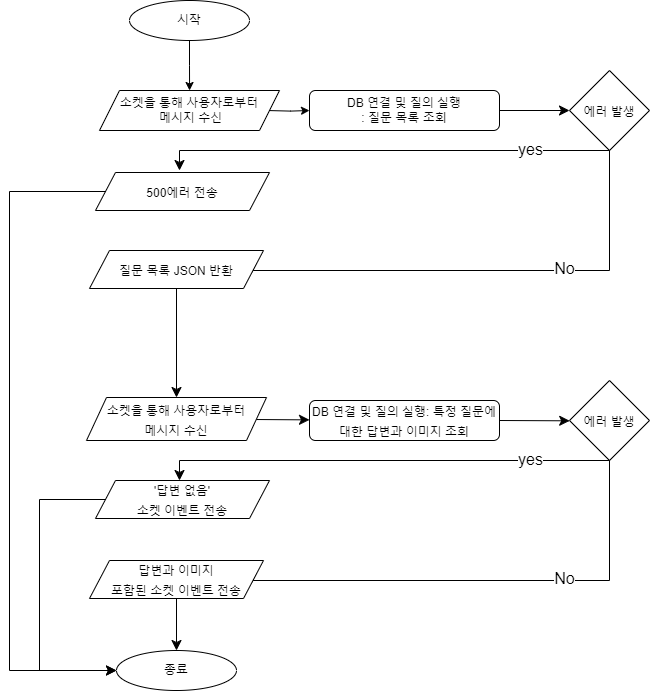
This is chatbot_FAQ.drawio.png from Brazen-Story/mall_chatbot, a draw.io export, as it was before one commit. Source tidied: cells renumbered, new cells last; positions are measured from the earlier drawing's top-left corner, leaving out a move shared by most shapes. The source it was exported from:
```xml
<mxGraphModel>
  <root>
    <mxCell id="0" />
    <mxCell id="1" parent="0" />
    <mxCell id="2" style="edgeStyle=orthogonalEdgeStyle;rounded=0;jettySize=auto;html=1;" parent="1" edge="1" source="3">
      <mxGeometry relative="1" as="geometry">
        <mxPoint x="180.1" y="90" as="targetPoint" />
      </mxGeometry>
    </mxCell>
    <mxCell id="3" value="시작" style="ellipse;whiteSpace=wrap;html=1;" parent="1" vertex="1">
      <mxGeometry x="120" width="120" height="40" as="geometry" />
    </mxCell>
    <mxCell id="4" style="edgeStyle=orthogonalEdgeStyle;rounded=0;jettySize=auto;html=1;" parent="1" edge="1" target="6">
      <mxGeometry relative="1" as="geometry">
        <mxPoint x="260" y="110.1" as="sourcePoint" />
      </mxGeometry>
    </mxCell>
    <mxCell id="5" style="edgeStyle=none;curved=1;rounded=0;jettySize=auto;html=1;fontSize=12;startSize=8;endSize=8;" parent="1" edge="1" source="6">
      <mxGeometry relative="1" as="geometry">
        <mxPoint x="560" y="110" as="targetPoint" />
      </mxGeometry>
    </mxCell>
    <mxCell id="6" value="DB 연결 및 질의 실행&lt;br&gt;: 질문 목록 조회" style="rounded=1;whiteSpace=wrap;html=1;" parent="1" vertex="1">
      <mxGeometry x="300" y="90" width="190" height="40" as="geometry" />
    </mxCell>
    <mxCell id="7" value="소켓을 통해 사용자로부터&lt;br&gt;&amp;nbsp;메시지 수신" style="shape=parallelogram;perimeter=parallelogramPerimeter;whiteSpace=wrap;html=1;fixedSize=1;" parent="1" vertex="1">
      <mxGeometry x="90" y="90" width="180" height="40" as="geometry" />
    </mxCell>
    <mxCell id="8" value="&lt;font style=&quot;font-size: 12px;&quot;&gt;500에러 전송&lt;/font&gt;" style="shape=parallelogram;perimeter=parallelogramPerimeter;whiteSpace=wrap;html=1;fixedSize=1;fontSize=16;" parent="1" vertex="1">
      <mxGeometry x="86" y="172" width="174" height="38" as="geometry" />
    </mxCell>
    <mxCell id="9" value="&lt;font style=&quot;font-size: 12px;&quot;&gt;에러 발생&lt;/font&gt;" style="rhombus;whiteSpace=wrap;html=1;fontSize=16;" parent="1" vertex="1">
      <mxGeometry x="560" y="70" width="80" height="80" as="geometry" />
    </mxCell>
    <mxCell id="10" style="edgeStyle=elbowEdgeStyle;elbow=horizontal;endArrow=classic;html=1;curved=0;rounded=0;endSize=8;startSize=8;fontSize=12;exitX=0.5;exitY=1;exitDx=0;exitDy=0;" parent="1" edge="1" source="9">
      <mxGeometry relative="1" as="geometry">
        <mxPoint x="170" y="170" as="targetPoint" />
        <Array as="points">
          <mxPoint x="170" y="150" />
        </Array>
      </mxGeometry>
    </mxCell>
    <mxCell id="11" value="yes" style="edgeLabel;html=1;align=center;verticalAlign=middle;fontSize=16;" parent="10" vertex="1">
      <mxGeometry x="-0.65" y="-1" relative="1" as="geometry" />
    </mxCell>
    <mxCell id="12" style="edgeStyle=elbowEdgeStyle;elbow=vertical;endArrow=classic;html=1;curved=0;rounded=0;endSize=8;startSize=8;fontSize=12;exitX=0.5;exitY=1;exitDx=0;exitDy=0;entryX=0.933;entryY=0.596;entryDx=0;entryDy=0;entryPerimeter=0;" parent="1" edge="1" source="9" target="15">
      <mxGeometry relative="1" as="geometry">
        <Array as="points">
          <mxPoint x="440" y="270" />
        </Array>
      </mxGeometry>
    </mxCell>
    <mxCell id="13" value="No" style="edgeLabel;html=1;align=center;verticalAlign=middle;fontSize=16;" parent="12" vertex="1">
      <mxGeometry x="-0.31" y="-2" relative="1" as="geometry" />
    </mxCell>
    <mxCell id="14" style="edgeStyle=none;curved=1;rounded=0;jettySize=auto;html=1;fontSize=12;startSize=8;endSize=8;" parent="1" edge="1" source="15" target="17">
      <mxGeometry relative="1" as="geometry" />
    </mxCell>
    <mxCell id="15" value="&lt;font style=&quot;font-size: 12px;&quot;&gt;질문 목록 JSON 반환&lt;/font&gt;" style="shape=parallelogram;perimeter=parallelogramPerimeter;whiteSpace=wrap;html=1;fixedSize=1;fontSize=16;" parent="1" vertex="1">
      <mxGeometry x="80" y="250" width="174" height="38" as="geometry" />
    </mxCell>
    <mxCell id="16" style="edgeStyle=none;curved=1;rounded=0;jettySize=auto;html=1;fontSize=12;startSize=8;endSize=8;" parent="1" edge="1" source="17" target="19">
      <mxGeometry relative="1" as="geometry" />
    </mxCell>
    <mxCell id="17" value="&lt;font style=&quot;font-size: 12px;&quot;&gt;소켓을 통해 사용자로부터&lt;br&gt;메시지 수신&lt;br&gt;&lt;/font&gt;" style="shape=parallelogram;perimeter=parallelogramPerimeter;whiteSpace=wrap;html=1;fixedSize=1;fontSize=16;" parent="1" vertex="1">
      <mxGeometry x="77" y="397" width="180" height="43" as="geometry" />
    </mxCell>
    <mxCell id="18" style="edgeStyle=none;curved=1;rounded=0;jettySize=auto;html=1;exitX=1;exitY=0.5;exitDx=0;exitDy=0;fontSize=12;startSize=8;endSize=8;" parent="1" edge="1" source="19">
      <mxGeometry relative="1" as="geometry">
        <mxPoint x="560.2" y="420.3" as="targetPoint" />
      </mxGeometry>
    </mxCell>
    <mxCell id="19" value="&lt;font style=&quot;font-size: 12px;&quot;&gt;DB 연결 및 질의 실행: 특정 질문에 대한 답변과 이미지 조회&lt;/font&gt;" style="rounded=1;whiteSpace=wrap;html=1;fontSize=16;" parent="1" vertex="1">
      <mxGeometry x="300" y="400" width="190" height="40" as="geometry" />
    </mxCell>
    <mxCell id="20" value="&lt;font style=&quot;font-size: 12px;&quot;&gt;에러 발생&lt;/font&gt;" style="rhombus;whiteSpace=wrap;html=1;fontSize=16;" parent="1" vertex="1">
      <mxGeometry x="560" y="380" width="80" height="80" as="geometry" />
    </mxCell>
    <mxCell id="21" style="edgeStyle=elbowEdgeStyle;elbow=horizontal;endArrow=classic;html=1;curved=0;rounded=0;endSize=8;startSize=8;fontSize=12;exitX=0.5;exitY=1;exitDx=0;exitDy=0;" parent="1" edge="1" source="20">
      <mxGeometry relative="1" as="geometry">
        <mxPoint x="170" y="480" as="targetPoint" />
        <Array as="points">
          <mxPoint x="170" y="460" />
        </Array>
      </mxGeometry>
    </mxCell>
    <mxCell id="22" value="yes" style="edgeLabel;html=1;align=center;verticalAlign=middle;fontSize=16;" parent="21" vertex="1">
      <mxGeometry x="-0.65" y="-1" relative="1" as="geometry" />
    </mxCell>
    <mxCell id="23" style="edgeStyle=elbowEdgeStyle;elbow=vertical;endArrow=classic;html=1;curved=0;rounded=0;endSize=8;startSize=8;fontSize=12;exitX=0.5;exitY=1;exitDx=0;exitDy=0;entryX=0.933;entryY=0.596;entryDx=0;entryDy=0;entryPerimeter=0;" parent="1" edge="1" source="20" target="26">
      <mxGeometry relative="1" as="geometry">
        <Array as="points">
          <mxPoint x="440" y="580" />
        </Array>
      </mxGeometry>
    </mxCell>
    <mxCell id="24" value="No" style="edgeLabel;html=1;align=center;verticalAlign=middle;fontSize=16;" parent="23" vertex="1">
      <mxGeometry x="-0.31" y="-2" relative="1" as="geometry" />
    </mxCell>
    <mxCell id="25" style="edgeStyle=none;curved=1;rounded=0;jettySize=auto;html=1;exitX=0.5;exitY=1;exitDx=0;exitDy=0;entryX=0.5;entryY=0;entryDx=0;entryDy=0;fontSize=12;startSize=8;endSize=8;" parent="1" edge="1" source="26" target="28">
      <mxGeometry relative="1" as="geometry" />
    </mxCell>
    <mxCell id="26" value="&lt;font style=&quot;font-size: 12px;&quot;&gt;답변과 이미지 &lt;br&gt;포함된 소켓 이벤트 전송&lt;/font&gt;" style="shape=parallelogram;perimeter=parallelogramPerimeter;whiteSpace=wrap;html=1;fixedSize=1;fontSize=16;" parent="1" vertex="1">
      <mxGeometry x="80" y="560" width="174" height="38" as="geometry" />
    </mxCell>
    <mxCell id="27" value="&lt;span style=&quot;font-size: 12px;&quot;&gt;'답변 없음' &lt;br&gt;소켓 이벤트 전송&lt;/span&gt;" style="shape=parallelogram;perimeter=parallelogramPerimeter;whiteSpace=wrap;html=1;fixedSize=1;fontSize=16;" parent="1" vertex="1">
      <mxGeometry x="86" y="480" width="174" height="38" as="geometry" />
    </mxCell>
    <mxCell id="28" value="종료&lt;br&gt;" style="ellipse;whiteSpace=wrap;html=1;" parent="1" vertex="1">
      <mxGeometry x="107" y="650" width="120" height="40" as="geometry" />
    </mxCell>
    <mxCell id="29" style="edgeStyle=elbowEdgeStyle;elbow=vertical;endArrow=classic;html=1;curved=0;rounded=0;endSize=8;startSize=8;fontSize=12;exitX=0;exitY=0.5;exitDx=0;exitDy=0;entryX=0;entryY=0.5;entryDx=0;entryDy=0;" parent="1" edge="1" source="8" target="28">
      <mxGeometry relative="1" as="geometry">
        <Array as="points">
          <mxPoint y="440" />
        </Array>
      </mxGeometry>
    </mxCell>
    <mxCell id="30" style="edgeStyle=elbowEdgeStyle;elbow=horizontal;endArrow=classic;html=1;curved=0;rounded=0;endSize=8;startSize=8;fontSize=12;exitX=0;exitY=0.5;exitDx=0;exitDy=0;entryX=0;entryY=0.5;entryDx=0;entryDy=0;" parent="1" edge="1" source="27" target="28">
      <mxGeometry relative="1" as="geometry">
        <Array as="points">
          <mxPoint x="30" y="430" />
        </Array>
      </mxGeometry>
    </mxCell>
  </root>
</mxGraphModel>
```
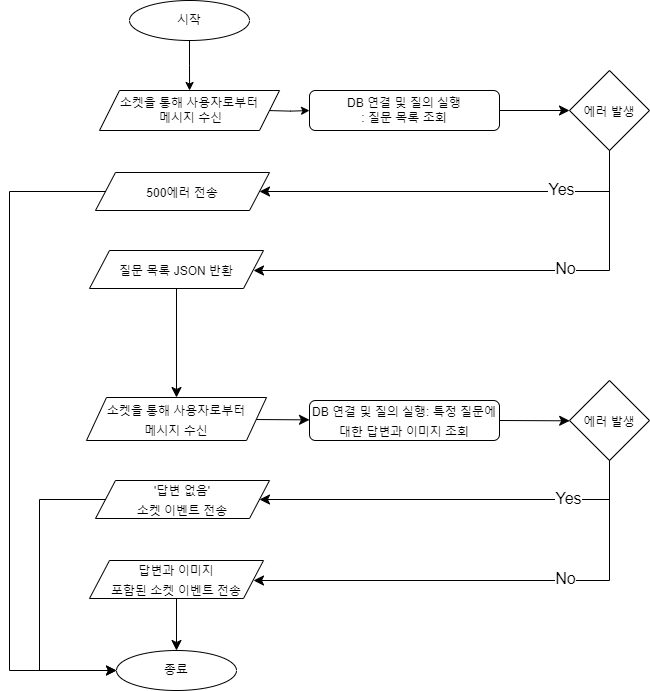
After the change.

What changed in the source:
```diff
@@ -32,21 +32,23 @@
     <mxCell id="9" value="&lt;font style=&quot;font-size: 12px;&quot;&gt;에러 발생&lt;/font&gt;" style="rhombus;whiteSpace=wrap;html=1;fontSize=16;" parent="1" vertex="1">
       <mxGeometry x="560" y="70" width="80" height="80" as="geometry" />
     </mxCell>
-    <mxCell id="10" style="edgeStyle=elbowEdgeStyle;elbow=horizontal;endArrow=classic;html=1;curved=0;rounded=0;endSize=8;startSize=8;fontSize=12;exitX=0.5;exitY=1;exitDx=0;exitDy=0;" parent="1" edge="1" source="9">
+    <mxCell id="10" style="edgeStyle=elbowEdgeStyle;elbow=horizontal;endArrow=classic;html=1;curved=0;rounded=0;endSize=8;startSize=8;fontSize=12;exitX=0.5;exitY=1;exitDx=0;exitDy=0;entryX=1;entryY=0.5;entryDx=0;entryDy=0;" parent="1" edge="1" source="9" target="8">
       <mxGeometry relative="1" as="geometry">
-        <mxPoint x="170" y="170" as="targetPoint" />
         <Array as="points">
-          <mxPoint x="170" y="150" />
+          <mxPoint x="600" y="180" />
         </Array>
       </mxGeometry>
     </mxCell>
-    <mxCell id="11" value="yes" style="edgeLabel;html=1;align=center;verticalAlign=middle;fontSize=16;" parent="10" vertex="1">
-      <mxGeometry x="-0.65" y="-1" relative="1" as="geometry" />
+    <mxCell id="11" value="Yes" style="edgeLabel;html=1;align=center;verticalAlign=middle;fontSize=16;" parent="10" vertex="1">
+      <mxGeometry x="-0.65" y="-1" relative="1" as="geometry">
+        <mxPoint x="-20" y="-1" as="offset" />
+      </mxGeometry>
     </mxCell>
-    <mxCell id="12" style="edgeStyle=elbowEdgeStyle;elbow=vertical;endArrow=classic;html=1;curved=0;rounded=0;endSize=8;startSize=8;fontSize=12;exitX=0.5;exitY=1;exitDx=0;exitDy=0;entryX=0.933;entryY=0.596;entryDx=0;entryDy=0;entryPerimeter=0;" parent="1" edge="1" source="9" target="15">
+    <mxCell id="12" style="edgeStyle=elbowEdgeStyle;elbow=vertical;endArrow=classic;html=1;curved=0;rounded=0;endSize=8;startSize=8;fontSize=12;entryX=1;entryY=0.5;entryDx=0;entryDy=0;" parent="1" edge="1" target="15">
       <mxGeometry relative="1" as="geometry">
+        <mxPoint x="600" y="150" as="sourcePoint" />
         <Array as="points">
-          <mxPoint x="440" y="270" />
+          <mxPoint x="451.7" y="270" />
         </Array>
       </mxGeometry>
     </mxCell>
@@ -76,21 +78,23 @@
     <mxCell id="20" value="&lt;font style=&quot;font-size: 12px;&quot;&gt;에러 발생&lt;/font&gt;" style="rhombus;whiteSpace=wrap;html=1;fontSize=16;" parent="1" vertex="1">
       <mxGeometry x="560" y="380" width="80" height="80" as="geometry" />
     </mxCell>
-    <mxCell id="21" style="edgeStyle=elbowEdgeStyle;elbow=horizontal;endArrow=classic;html=1;curved=0;rounded=0;endSize=8;startSize=8;fontSize=12;exitX=0.5;exitY=1;exitDx=0;exitDy=0;" parent="1" edge="1" source="20">
+    <mxCell id="21" style="edgeStyle=elbowEdgeStyle;elbow=horizontal;endArrow=classic;html=1;curved=0;rounded=0;endSize=8;startSize=8;fontSize=12;exitX=0.5;exitY=1;exitDx=0;exitDy=0;entryX=1;entryY=0.5;entryDx=0;entryDy=0;" parent="1" edge="1" source="20" target="27">
       <mxGeometry relative="1" as="geometry">
-        <mxPoint x="170" y="480" as="targetPoint" />
         <Array as="points">
-          <mxPoint x="170" y="460" />
+          <mxPoint x="600" y="480" />
         </Array>
       </mxGeometry>
     </mxCell>
-    <mxCell id="22" value="yes" style="edgeLabel;html=1;align=center;verticalAlign=middle;fontSize=16;" parent="21" vertex="1">
-      <mxGeometry x="-0.65" y="-1" relative="1" as="geometry" />
+    <mxCell id="22" value="Yes" style="edgeLabel;html=1;align=center;verticalAlign=middle;fontSize=16;" parent="21" vertex="1">
+      <mxGeometry x="-0.65" y="-1" relative="1" as="geometry">
+        <mxPoint x="-12" as="offset" />
+      </mxGeometry>
     </mxCell>
-    <mxCell id="23" style="edgeStyle=elbowEdgeStyle;elbow=vertical;endArrow=classic;html=1;curved=0;rounded=0;endSize=8;startSize=8;fontSize=12;exitX=0.5;exitY=1;exitDx=0;exitDy=0;entryX=0.933;entryY=0.596;entryDx=0;entryDy=0;entryPerimeter=0;" parent="1" edge="1" source="20" target="26">
+    <mxCell id="23" style="edgeStyle=elbowEdgeStyle;elbow=vertical;endArrow=classic;html=1;curved=0;rounded=0;endSize=8;startSize=8;fontSize=12;entryX=1;entryY=0.5;entryDx=0;entryDy=0;" parent="1" edge="1" target="26">
       <mxGeometry relative="1" as="geometry">
+        <mxPoint x="600" y="460" as="sourcePoint" />
         <Array as="points">
-          <mxPoint x="440" y="580" />
+          <mxPoint x="451.7" y="580" />
         </Array>
       </mxGeometry>
     </mxCell>
```
